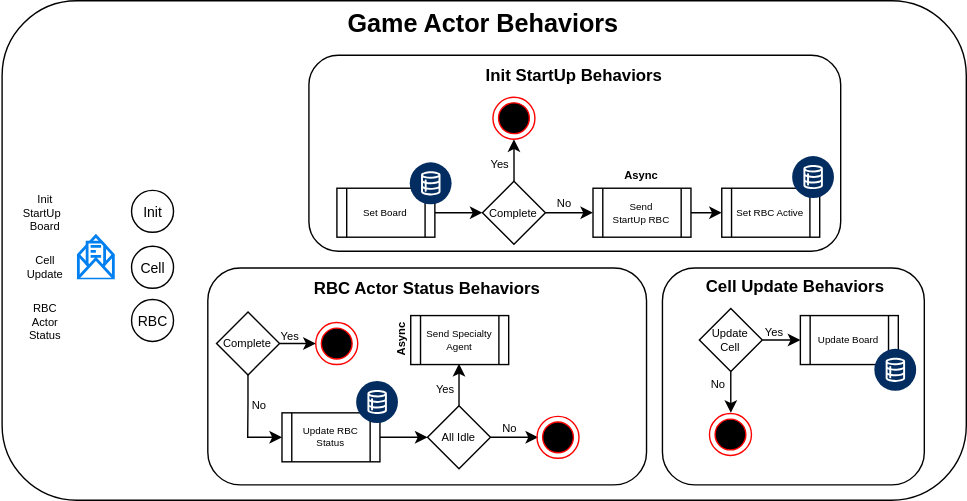
The draw.io diagram docs/GameActor.svg in sunlao/py_sudoku_solver, before a commit. Source tidied: cells renumbered, new cells last; positions are measured from the earlier drawing's top-left corner, leaving out a move shared by most shapes.
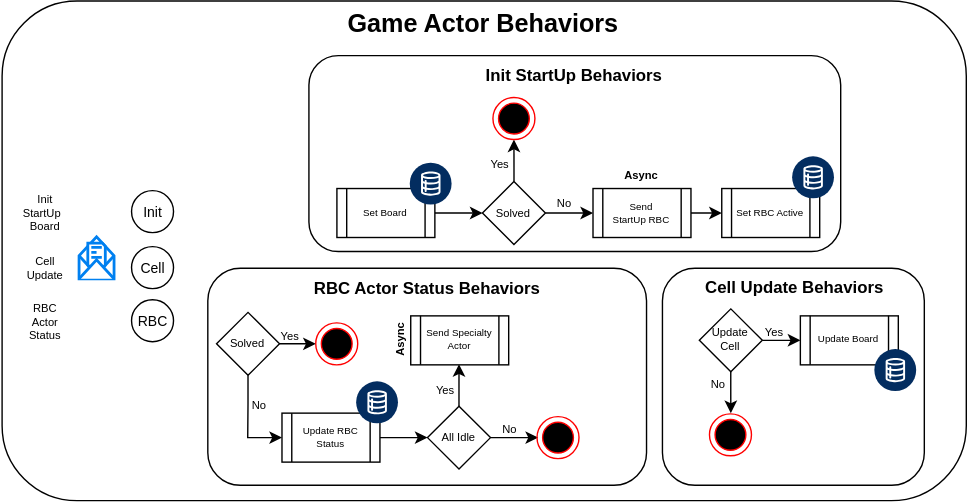
After the change.

What changed in the source:
```diff
@@ -26,7 +26,7 @@
     <mxCell id="9" style="edgeStyle=orthogonalEdgeStyle;rounded=0;jettySize=auto;html=1;" parent="1" edge="1" source="10" target="14">
       <mxGeometry relative="1" as="geometry" />
     </mxCell>
-    <mxCell id="10" value="Complete" style="rhombus;whiteSpace=wrap;html=1;fontSize=8;" parent="1" vertex="1">
+    <mxCell id="10" value="Solved" style="rhombus;whiteSpace=wrap;html=1;fontSize=8;" parent="1" vertex="1">
       <mxGeometry x="344.2" y="129" width="45" height="45" as="geometry" />
     </mxCell>
     <mxCell id="11" style="ellipse;html=1;shape=endState;fillColor=#000000;strokeColor=#ff0000;" parent="1" vertex="1">
@@ -102,7 +102,7 @@
     <mxCell id="33" value="No" style="text;html=1;whiteSpace=wrap;strokeColor=none;fillColor=none;align=center;verticalAlign=middle;rounded=0;fontSize=8;" parent="1" vertex="1">
       <mxGeometry x="354" y="299.5" width="20" height="12.5" as="geometry" />
     </mxCell>
-    <mxCell id="34" value="Send Specialty Agent" style="shape=process;whiteSpace=wrap;html=1;backgroundOutline=1;fontSize=7;" parent="1" vertex="1">
+    <mxCell id="34" value="Send Specialty Actor" style="shape=process;whiteSpace=wrap;html=1;backgroundOutline=1;fontSize=7;" parent="1" vertex="1">
       <mxGeometry x="293" y="225" width="70" height="35" as="geometry" />
     </mxCell>
     <mxCell id="35" value="RBC" style="ellipse;whiteSpace=wrap;html=1;fontSize=10;" parent="1" vertex="1">
@@ -160,7 +160,7 @@
         </Array>
       </mxGeometry>
     </mxCell>
-    <mxCell id="51" value="Complete" style="rhombus;whiteSpace=wrap;html=1;fontSize=8;" parent="1" vertex="1">
+    <mxCell id="51" value="Solved" style="rhombus;whiteSpace=wrap;html=1;fontSize=8;" parent="1" vertex="1">
       <mxGeometry x="154.2" y="222.5" width="45" height="45" as="geometry" />
     </mxCell>
     <mxCell id="52" style="ellipse;html=1;shape=endState;fillColor=#000000;strokeColor=#ff0000;" parent="1" vertex="1">
```
